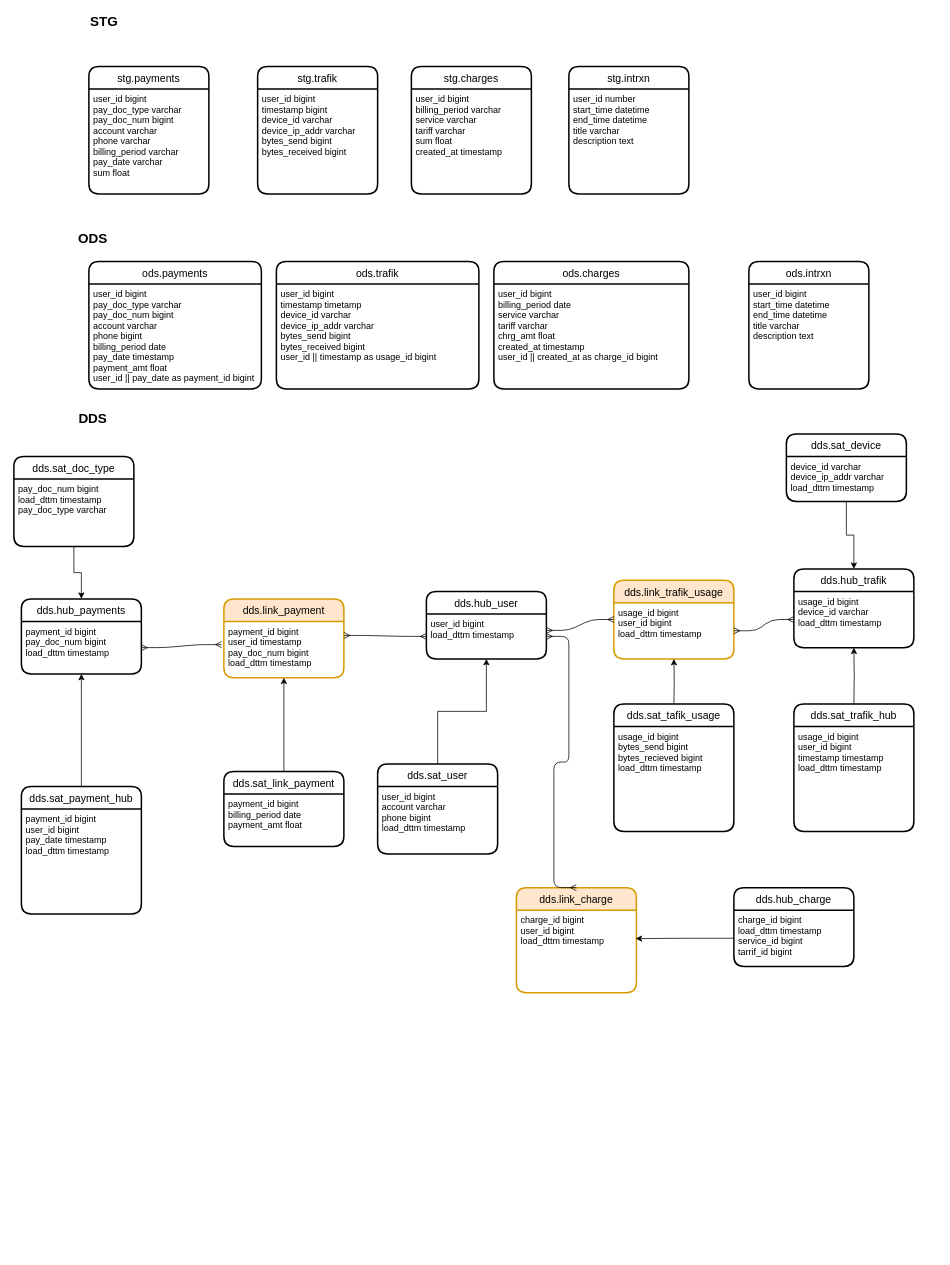
Before: Untitled Diagram.drawio in bbongagus/ER_diagrams, a draw.io diagram. Source tidied: cells renumbered, new cells numbered last; positions are measured from the earlier drawing's top-left corner, leaving out a move shared by most shapes. Both pictures are drawn from the tidied source at 75%, with x=0, y=0 at pixel (14, 14).
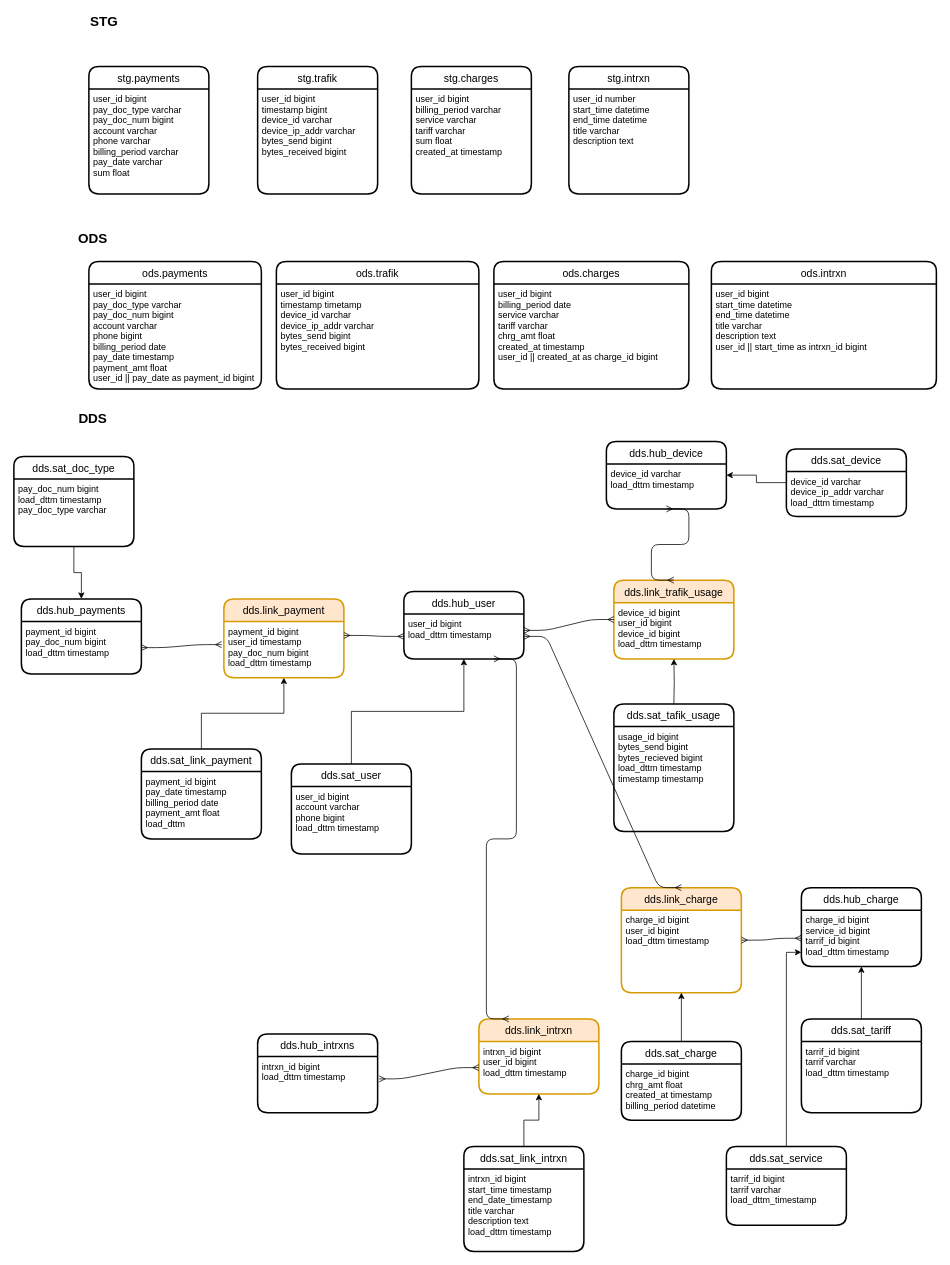
The same page after the edit.

The change refers to these unchanged cells:
```xml
<mxCell id="14" value="ods.trafik" style="swimlane;horizontal=1;startSize=30;rounded=1;fontSize=14;fontStyle=0;strokeWidth=2;shadow=0;dashed=0;align=center;" parent="1" vertex="1">
  <mxGeometry x="350" y="330" width="270" height="170" as="geometry" />
</mxCell>
<mxCell id="22" value="payment_id bigint&#10;pay_doc_num bigint &#10;load_dttm timestamp&#10;" style="align=left;strokeColor=none;fillColor=none;spacingLeft=4;fontSize=12;verticalAlign=top;" parent="21" vertex="1">
  <mxGeometry y="30" width="160" height="70" as="geometry" />
</mxCell>
<mxCell id="24" value="user_id bigint&#10;load_dttm timestamp&#10;" style="align=left;strokeColor=none;fillColor=none;spacingLeft=4;fontSize=12;verticalAlign=top;" parent="23" vertex="1">
  <mxGeometry y="30" width="160" height="60" as="geometry" />
</mxCell>
<mxCell id="37" value="dds.link_trafik_usage" style="swimlane;horizontal=1;startSize=30;rounded=1;fontSize=14;fontStyle=0;strokeWidth=2;shadow=0;dashed=0;align=center;fillColor=#ffe6cc;strokeColor=#d79b00;" parent="1" vertex="1">
  <mxGeometry x="800" y="755" width="160" height="105" as="geometry" />
</mxCell>
<mxCell id="49" value="dds.sat_tafik_usage" style="swimlane;horizontal=1;startSize=30;rounded=1;fontSize=14;fontStyle=0;strokeWidth=2;shadow=0;dashed=0;align=center;" parent="1" vertex="1">
  <mxGeometry x="800" y="920" width="160" height="170" as="geometry" />
</mxCell>
<mxCell id="56" value="charge_id bigint&#10;user_id bigint&#10;load_dttm timestamp" style="align=left;strokeColor=none;fillColor=none;spacingLeft=4;fontSize=12;verticalAlign=top;" parent="55" vertex="1">
  <mxGeometry y="30" width="160" height="110" as="geometry" />
</mxCell>
```

The edit, as a diff of the source:
```diff
@@
-    <mxCell id="15" value="user_id bigint&#10;timestamp timetamp&#10;device_id varchar&#10;device_ip_addr varchar&#10;bytes_send bigint&#10;bytes_received bigint&#10;user_id || timestamp as usage_id bigint&#10;" style="align=left;strokeColor=none;fillColor=none;spacingLeft=4;fontSize=12;verticalAlign=top;" parent="14" vertex="1">
+    <mxCell id="15" value="user_id bigint&#10;timestamp timetamp&#10;device_id varchar&#10;device_ip_addr varchar&#10;bytes_send bigint&#10;bytes_received bigint&#10;" style="align=left;strokeColor=none;fillColor=none;spacingLeft=4;fontSize=12;verticalAlign=top;" parent="14" vertex="1">
       <mxGeometry y="30" width="270" height="140" as="geometry" />
     </mxCell>
@@
     <mxCell id="18" value="ods.intrxn" style="swimlane;horizontal=1;startSize=30;rounded=1;fontSize=14;fontStyle=0;strokeWidth=2;shadow=0;dashed=0;align=center;" parent="1" vertex="1">
-      <mxGeometry x="980" y="330" width="160" height="170" as="geometry" />
+      <mxGeometry x="930" y="330" width="300" height="170" as="geometry" />
     </mxCell>
-    <mxCell id="19" value="user_id bigint&#10;start_time datetime&#10;end_time datetime&#10;title varchar&#10;description text" style="align=left;strokeColor=none;fillColor=none;spacingLeft=4;fontSize=12;verticalAlign=top;" parent="18" vertex="1">
-      <mxGeometry y="30" width="160" height="140" as="geometry" />
+    <mxCell id="19" value="user_id bigint&#10;start_time datetime&#10;end_time datetime&#10;title varchar&#10;description text&#10;user_id || start_time as intrxn_id bigint" style="align=left;strokeColor=none;fillColor=none;spacingLeft=4;fontSize=12;verticalAlign=top;" parent="18" vertex="1">
+      <mxGeometry y="30" width="300" height="140" as="geometry" />
     </mxCell>
@@
     <mxCell id="23" value="dds.hub_user" style="swimlane;horizontal=1;startSize=30;rounded=1;fontSize=14;fontStyle=0;strokeWidth=2;shadow=0;dashed=0;align=center;" parent="1" vertex="1">
-      <mxGeometry x="550" y="770" width="160" height="90" as="geometry" />
+      <mxGeometry x="520" y="770" width="160" height="90" as="geometry" />
     </mxCell>
@@
     <mxCell id="26" value="dds.sat_user" style="swimlane;horizontal=1;startSize=30;rounded=1;fontSize=14;fontStyle=0;strokeWidth=2;shadow=0;dashed=0;align=center;" parent="1" vertex="1">
-      <mxGeometry x="485" y="1000" width="160" height="120" as="geometry" />
+      <mxGeometry x="370" y="1000" width="160" height="120" as="geometry" />
     </mxCell>
@@
     <mxCell id="31" value="dds.sat_link_payment" style="swimlane;horizontal=1;startSize=30;rounded=1;fontSize=14;fontStyle=0;strokeWidth=2;shadow=0;dashed=0;align=center;" parent="1" vertex="1">
-      <mxGeometry x="280" y="1010" width="160" height="100" as="geometry" />
+      <mxGeometry x="170" y="980" width="160" height="120" as="geometry" />
     </mxCell>
-    <mxCell id="32" value="payment_id bigint &#10;billing_period date&#10;payment_amt float&#10;&#10;" style="align=left;strokeColor=none;fillColor=none;spacingLeft=4;fontSize=12;verticalAlign=top;" parent="31" vertex="1">
-      <mxGeometry y="30" width="160" height="70" as="geometry" />
+    <mxCell id="32" value="payment_id bigint &#10;pay_date timestamp&#10;billing_period date&#10;payment_amt float&#10;load_dttm&#10;" style="align=left;strokeColor=none;fillColor=none;spacingLeft=4;fontSize=12;verticalAlign=top;" parent="31" vertex="1">
+      <mxGeometry y="30" width="160" height="90" as="geometry" />
     </mxCell>
@@
-    <mxCell id="38" value="usage_id bigint&#10;user_id bigint&#10;load_dttm timestamp" style="align=left;strokeColor=none;fillColor=none;spacingLeft=4;fontSize=12;verticalAlign=top;" parent="37" vertex="1">
+    <mxCell id="38" value="device_id bigint&#10;user_id bigint&#10;device_id bigint&#10;load_dttm timestamp" style="align=left;strokeColor=none;fillColor=none;spacingLeft=4;fontSize=12;verticalAlign=top;" parent="37" vertex="1">
       <mxGeometry y="30" width="160" height="75" as="geometry" />
     </mxCell>
-    <mxCell id="39" value="dds.hub_trafik" style="swimlane;horizontal=1;startSize=30;rounded=1;fontSize=14;fontStyle=0;strokeWidth=2;shadow=0;dashed=0;align=center;" parent="1" vertex="1">
-      <mxGeometry x="1040" y="740" width="160" height="105" as="geometry" />
-    </mxCell>
-    <mxCell id="40" value="usage_id bigint&#10;device_id varchar&#10;load_dttm timestamp" style="align=left;strokeColor=none;fillColor=none;spacingLeft=4;fontSize=12;verticalAlign=top;" parent="39" vertex="1">
-      <mxGeometry y="30" width="160" height="75" as="geometry" />
-    </mxCell>
@@
-    <mxCell id="42" style="edgeStyle=orthogonalEdgeStyle;rounded=0;jettySize=auto;html=1;entryX=0.5;entryY=1;entryDx=0;entryDy=0;" parent="1" edge="1" source="43" target="22">
-      <mxGeometry relative="1" as="geometry" />
-    </mxCell>
-    <mxCell id="43" value="dds.sat_payment_hub" style="swimlane;horizontal=1;startSize=30;rounded=1;fontSize=14;fontStyle=0;strokeWidth=2;shadow=0;dashed=0;align=center;" parent="1" vertex="1">
-      <mxGeometry x="10" y="1030" width="160" height="170" as="geometry" />
-    </mxCell>
-    <mxCell id="44" value="payment_id bigint &#10;user_id bigint&#10;pay_date timestamp&#10;load_dttm timestamp" style="align=left;strokeColor=none;fillColor=none;spacingLeft=4;fontSize=12;verticalAlign=top;" parent="43" vertex="1">
-      <mxGeometry y="30" width="160" height="140" as="geometry" />
-    </mxCell>
-    <mxCell id="45" value="dds.sat_trafik_hub" style="swimlane;horizontal=1;startSize=30;rounded=1;fontSize=14;fontStyle=0;strokeWidth=2;shadow=0;dashed=0;align=center;" parent="1" vertex="1">
-      <mxGeometry x="1040" y="920" width="160" height="170" as="geometry" />
-    </mxCell>
-    <mxCell id="46" value="usage_id bigint &#10;user_id bigint&#10;timestamp timestamp&#10;load_dttm timestamp&#10;" style="align=left;strokeColor=none;fillColor=none;spacingLeft=4;fontSize=12;verticalAlign=top;" parent="45" vertex="1">
-      <mxGeometry y="30" width="160" height="140" as="geometry" />
-    </mxCell>
-    <mxCell id="47" style="edgeStyle=orthogonalEdgeStyle;rounded=0;jettySize=auto;html=1;entryX=0.5;entryY=1;entryDx=0;entryDy=0;" parent="1" edge="1" target="40">
-      <mxGeometry relative="1" as="geometry">
-        <mxPoint x="1120" y="920" as="sourcePoint" />
-      </mxGeometry>
-    </mxCell>
-    <mxCell id="48" style="edgeStyle=entityRelationEdgeStyle;fontSize=12;html=1;endArrow=ERmany;startArrow=ERmany;entryX=1;entryY=0.5;entryDx=0;entryDy=0;exitX=0;exitY=0.5;exitDx=0;exitDy=0;" parent="1" edge="1" source="40" target="38">
-      <mxGeometry relative="1" as="geometry" />
-    </mxCell>
@@
-    <mxCell id="50" value="usage_id bigint &#10;bytes_send bigint&#10;bytes_recieved bigint&#10;load_dttm timestamp&#10;" style="align=left;strokeColor=none;fillColor=none;spacingLeft=4;fontSize=12;verticalAlign=top;" parent="49" vertex="1">
+    <mxCell id="50" value="usage_id bigint &#10;bytes_send bigint&#10;bytes_recieved bigint&#10;load_dttm timestamp&#10;timestamp timestamp&#10;" style="align=left;strokeColor=none;fillColor=none;spacingLeft=4;fontSize=12;verticalAlign=top;" parent="49" vertex="1">
       <mxGeometry y="30" width="160" height="140" as="geometry" />
     </mxCell>
@@
-    <mxCell id="52" style="edgeStyle=orthogonalEdgeStyle;rounded=0;jettySize=auto;html=1;entryX=0.5;entryY=0;entryDx=0;entryDy=0;" parent="1" edge="1" source="53" target="39">
-      <mxGeometry relative="1" as="geometry" />
-    </mxCell>
+    <mxCell id="62" style="edgeStyle=orthogonalEdgeStyle;rounded=0;jettySize=auto;html=1;entryX=1;entryY=0.25;entryDx=0;entryDy=0;" parent="1" edge="1" source="53" target="64">
+      <mxGeometry relative="1" as="geometry" />
+    </mxCell>
     <mxCell id="53" value="dds.sat_device" style="swimlane;horizontal=1;startSize=30;rounded=1;fontSize=14;fontStyle=0;strokeWidth=2;shadow=0;dashed=0;align=center;" parent="1" vertex="1">
-      <mxGeometry x="1030" y="560" width="160" height="90" as="geometry" />
+      <mxGeometry x="1030" y="580" width="160" height="90" as="geometry" />
     </mxCell>
@@
     <mxCell id="55" value="dds.link_charge" style="swimlane;horizontal=1;startSize=30;rounded=1;fontSize=14;fontStyle=0;strokeWidth=2;shadow=0;dashed=0;align=center;fillColor=#ffe6cc;strokeColor=#d79b00;" parent="1" vertex="1">
-      <mxGeometry x="670" y="1165" width="160" height="140" as="geometry" />
+      <mxGeometry x="810" y="1165" width="160" height="140" as="geometry" />
     </mxCell>
@@
     <mxCell id="57" value="dds.hub_charge" style="swimlane;horizontal=1;startSize=30;rounded=1;fontSize=14;fontStyle=0;strokeWidth=2;shadow=0;dashed=0;align=center;" parent="1" vertex="1">
-      <mxGeometry x="960" y="1165" width="160" height="105" as="geometry" />
+      <mxGeometry x="1050" y="1165" width="160" height="105" as="geometry" />
     </mxCell>
-    <mxCell id="58" value="charge_id bigint&#10;load_dttm timestamp&#10;service_id bigint&#10;tarrif_id bigint&#10;" style="align=left;strokeColor=none;fillColor=none;spacingLeft=4;fontSize=12;verticalAlign=top;" parent="57" vertex="1">
+    <mxCell id="58" value="charge_id bigint&#10;service_id bigint&#10;tarrif_id bigint&#10;load_dttm timestamp&#10;" style="align=left;strokeColor=none;fillColor=none;spacingLeft=4;fontSize=12;verticalAlign=top;" parent="57" vertex="1">
       <mxGeometry y="30" width="160" height="75" as="geometry" />
     </mxCell>
@@
+    <mxCell id="63" value="dds.hub_device" style="swimlane;horizontal=1;startSize=30;rounded=1;fontSize=14;fontStyle=0;strokeWidth=2;shadow=0;dashed=0;align=center;" parent="1" vertex="1">
+      <mxGeometry x="790" y="570" width="160" height="90" as="geometry" />
+    </mxCell>
+    <mxCell id="64" value="device_id varchar&#10;load_dttm timestamp" style="align=left;strokeColor=none;fillColor=none;spacingLeft=4;fontSize=12;verticalAlign=top;" parent="63" vertex="1">
+      <mxGeometry y="30" width="160" height="60" as="geometry" />
+    </mxCell>
+    <mxCell id="65" style="edgeStyle=entityRelationEdgeStyle;fontSize=12;html=1;endArrow=ERmany;startArrow=ERmany;entryX=0.5;entryY=1;entryDx=0;entryDy=0;exitX=0.5;exitY=0;exitDx=0;exitDy=0;" parent="1" edge="1" source="37" target="64">
+      <mxGeometry relative="1" as="geometry" />
+    </mxCell>
+    <mxCell id="66" style="edgeStyle=orthogonalEdgeStyle;rounded=0;jettySize=auto;html=1;entryX=0.5;entryY=1;entryDx=0;entryDy=0;" parent="1" edge="1" source="67" target="58">
+      <mxGeometry relative="1" as="geometry" />
+    </mxCell>
+    <mxCell id="67" value="dds.sat_tariff" style="swimlane;horizontal=1;startSize=30;rounded=1;fontSize=14;fontStyle=0;strokeWidth=2;shadow=0;dashed=0;align=center;" parent="1" vertex="1">
+      <mxGeometry x="1050" y="1340" width="160" height="125" as="geometry" />
+    </mxCell>
+    <mxCell id="68" value="tarrif_id bigint&#10;tarrif varchar&#10;load_dttm timestamp" style="align=left;strokeColor=none;fillColor=none;spacingLeft=4;fontSize=12;verticalAlign=top;" parent="67" vertex="1">
+      <mxGeometry y="30" width="160" height="95" as="geometry" />
+    </mxCell>
+    <mxCell id="69" style="edgeStyle=orthogonalEdgeStyle;rounded=0;jettySize=auto;html=1;entryX=0;entryY=0.75;entryDx=0;entryDy=0;" parent="1" edge="1" source="70" target="58">
+      <mxGeometry relative="1" as="geometry" />
+    </mxCell>
+    <mxCell id="70" value="dds.sat_service" style="swimlane;horizontal=1;startSize=30;rounded=1;fontSize=14;fontStyle=0;strokeWidth=2;shadow=0;dashed=0;align=center;" parent="1" vertex="1">
+      <mxGeometry x="950" y="1510" width="160" height="105" as="geometry" />
+    </mxCell>
+    <mxCell id="71" value="tarrif_id bigint&#10;tarrif varchar&#10;load_dttm_timestamp" style="align=left;strokeColor=none;fillColor=none;spacingLeft=4;fontSize=12;verticalAlign=top;" parent="70" vertex="1">
+      <mxGeometry y="30" width="160" height="75" as="geometry" />
+    </mxCell>
+    <mxCell id="72" style="edgeStyle=orthogonalEdgeStyle;rounded=0;jettySize=auto;html=1;entryX=0.5;entryY=1;entryDx=0;entryDy=0;" parent="1" edge="1" source="73" target="56">
+      <mxGeometry relative="1" as="geometry" />
+    </mxCell>
+    <mxCell id="73" value="dds.sat_charge" style="swimlane;horizontal=1;startSize=30;rounded=1;fontSize=14;fontStyle=0;strokeWidth=2;shadow=0;dashed=0;align=center;" parent="1" vertex="1">
+      <mxGeometry x="810" y="1370" width="160" height="105" as="geometry" />
+    </mxCell>
+    <mxCell id="74" value="charge_id bigint&#10;chrg_amt float&#10;created_at timestamp&#10;billing_period datetime" style="align=left;strokeColor=none;fillColor=none;spacingLeft=4;fontSize=12;verticalAlign=top;" parent="73" vertex="1">
+      <mxGeometry y="30" width="160" height="75" as="geometry" />
+    </mxCell>
+    <mxCell id="75" value="dds.hub_intrxns" style="swimlane;horizontal=1;startSize=30;rounded=1;fontSize=14;fontStyle=0;strokeWidth=2;shadow=0;dashed=0;align=center;" parent="1" vertex="1">
+      <mxGeometry x="325" y="1360" width="160" height="105" as="geometry" />
+    </mxCell>
+    <mxCell id="76" value="intrxn_id bigint&#10;load_dttm timestamp" style="align=left;strokeColor=none;fillColor=none;spacingLeft=4;fontSize=12;verticalAlign=top;" parent="75" vertex="1">
+      <mxGeometry y="30" width="160" height="75" as="geometry" />
+    </mxCell>
+    <mxCell id="77" value="dds.link_intrxn" style="swimlane;horizontal=1;startSize=30;rounded=1;fontSize=14;fontStyle=0;strokeWidth=2;shadow=0;dashed=0;align=center;fillColor=#ffe6cc;strokeColor=#d79b00;" parent="1" vertex="1">
+      <mxGeometry x="620" y="1340" width="160" height="100" as="geometry" />
+    </mxCell>
+    <mxCell id="78" value="intrxn_id bigint&#10;user_id bigint&#10;load_dttm timestamp" style="align=left;strokeColor=none;fillColor=none;spacingLeft=4;fontSize=12;verticalAlign=top;" parent="77" vertex="1">
+      <mxGeometry y="30" width="160" height="70" as="geometry" />
+    </mxCell>
+    <mxCell id="79" style="edgeStyle=entityRelationEdgeStyle;fontSize=12;html=1;endArrow=ERmany;startArrow=ERmany;entryX=0.75;entryY=1;entryDx=0;entryDy=0;exitX=0.25;exitY=0;exitDx=0;exitDy=0;" parent="1" edge="1" source="77" target="24">
+      <mxGeometry relative="1" as="geometry" />
+    </mxCell>
+    <mxCell id="80" style="edgeStyle=entityRelationEdgeStyle;fontSize=12;html=1;endArrow=ERmany;startArrow=ERmany;entryX=1.013;entryY=0.4;entryDx=0;entryDy=0;entryPerimeter=0;exitX=0;exitY=0.5;exitDx=0;exitDy=0;" parent="1" edge="1" source="78" target="76">
+      <mxGeometry relative="1" as="geometry" />
+    </mxCell>
-    <mxCell id="61" style="edgeStyle=orthogonalEdgeStyle;rounded=0;jettySize=auto;html=1;entryX=0.994;entryY=0.345;entryDx=0;entryDy=0;entryPerimeter=0;" parent="1" edge="1" source="58" target="56">
+    <mxCell id="61" style="edgeStyle=entityRelationEdgeStyle;fontSize=12;html=1;endArrow=ERmany;startArrow=ERmany;entryX=1;entryY=0.364;entryDx=0;entryDy=0;entryPerimeter=0;exitX=0;exitY=0.5;exitDx=0;exitDy=0;" parent="1" edge="1" source="58" target="56">
       <mxGeometry relative="1" as="geometry" />
     </mxCell>
+    <mxCell id="81" style="edgeStyle=orthogonalEdgeStyle;rounded=0;jettySize=auto;html=1;entryX=0.5;entryY=1;entryDx=0;entryDy=0;" parent="1" edge="1" source="82" target="78">
+      <mxGeometry relative="1" as="geometry" />
+    </mxCell>
+    <mxCell id="82" value="dds.sat_link_intrxn" style="swimlane;horizontal=1;startSize=30;rounded=1;fontSize=14;fontStyle=0;strokeWidth=2;shadow=0;dashed=0;align=center;" parent="1" vertex="1">
+      <mxGeometry x="600" y="1510" width="160" height="140" as="geometry" />
+    </mxCell>
+    <mxCell id="83" value="intrxn_id bigint&#10;start_time timestamp&#10;end_date_timestamp&#10;title varchar&#10;description text &#10;load_dttm timestamp" style="align=left;strokeColor=none;fillColor=none;spacingLeft=4;fontSize=12;verticalAlign=top;" parent="82" vertex="1">
+      <mxGeometry y="30" width="160" height="110" as="geometry" />
+    </mxCell>
```
